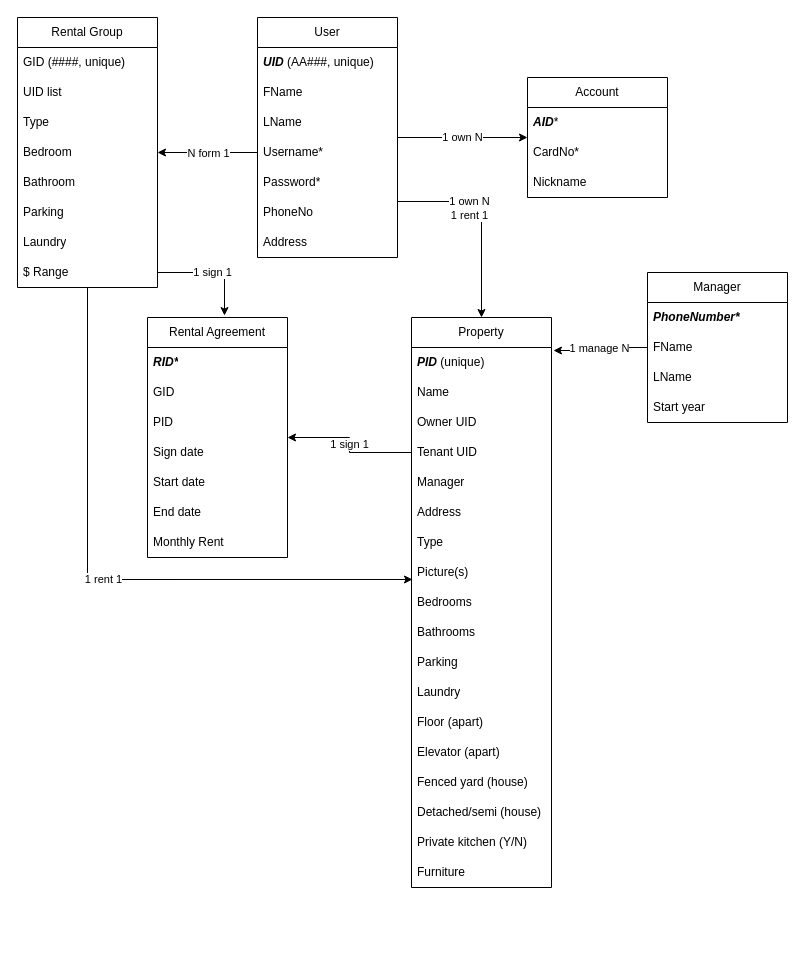
Before: ER diagram.drawio in sean-y-liang/City-Housing-Platform, a draw.io diagram. Source tidied: cells renumbered, new cells numbered last; positions are measured from the earlier drawing's top-left corner, leaving out a move shared by most shapes. Both pictures are drawn from the tidied source at 100%, with x=0, y=0 at pixel (17, 17).
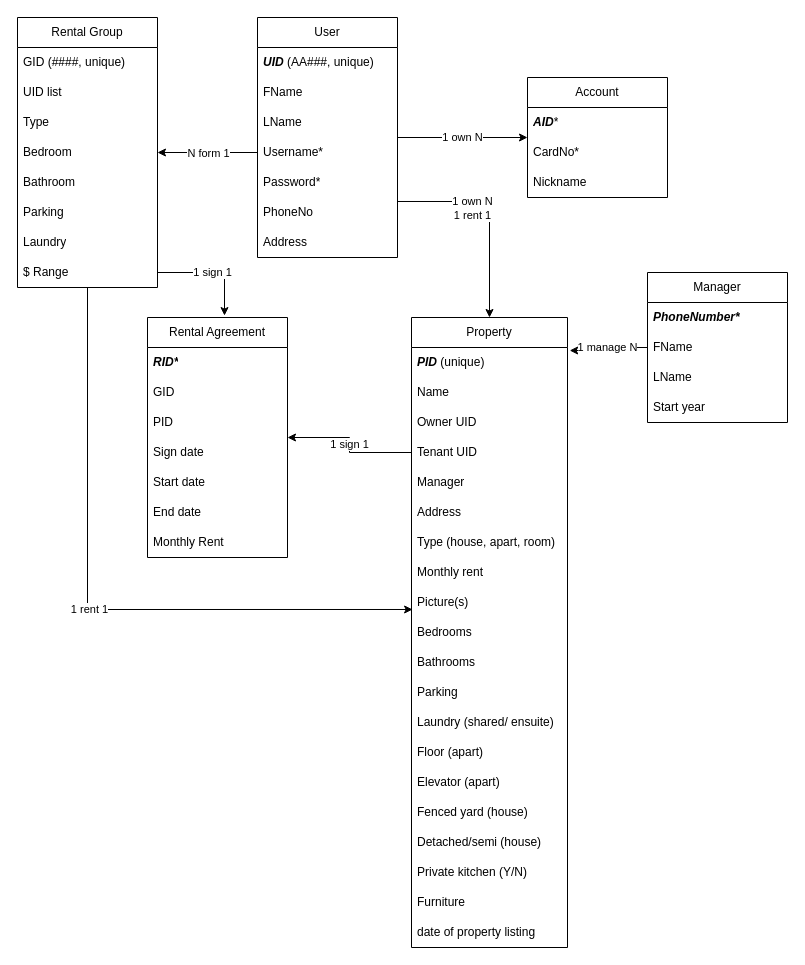
Above is the later version.

Change to the diagram source:
```diff
@@
     <mxCell id="17" value="Property" style="swimlane;fontStyle=0;horizontal=1;startSize=30;whiteSpace=wrap;html=1;" parent="1" vertex="1">
-      <mxGeometry x="394" y="300" width="140" height="570" as="geometry" />
+      <mxGeometry x="394" y="300" width="156" height="630" as="geometry" />
     </mxCell>
     <mxCell id="18" value="&lt;b&gt;&lt;i&gt;PID&lt;/i&gt;&lt;/b&gt; (unique)" style="text;strokeColor=none;fillColor=none;align=left;verticalAlign=middle;spacingLeft=4;spacingRight=4;overflow=hidden;points=[[0,0.5],[1,0.5]];portConstraint=eastwest;whiteSpace=wrap;html=1;" parent="17" vertex="1">
-      <mxGeometry y="30" width="140" height="30" as="geometry" />
+      <mxGeometry y="30" width="156" height="30" as="geometry" />
     </mxCell>
     <mxCell id="19" value="Name" style="text;strokeColor=none;fillColor=none;align=left;verticalAlign=middle;spacingLeft=4;spacingRight=4;overflow=hidden;whiteSpace=wrap;html=1;" parent="17" vertex="1">
-      <mxGeometry y="60" width="140" height="30" as="geometry" />
+      <mxGeometry y="60" width="156" height="30" as="geometry" />
     </mxCell>
     <mxCell id="20" value="Owner UID" style="text;strokeColor=none;fillColor=none;align=left;verticalAlign=middle;spacingLeft=4;spacingRight=4;overflow=hidden;whiteSpace=wrap;html=1;" parent="17" vertex="1">
-      <mxGeometry y="90" width="140" height="30" as="geometry" />
+      <mxGeometry y="90" width="156" height="30" as="geometry" />
     </mxCell>
     <mxCell id="21" value="Tenant UID" style="text;strokeColor=none;fillColor=none;align=left;verticalAlign=middle;spacingLeft=4;spacingRight=4;overflow=hidden;points=[[0,0.5],[1,0.5]];portConstraint=eastwest;whiteSpace=wrap;html=1;" parent="17" vertex="1">
-      <mxGeometry y="120" width="140" height="30" as="geometry" />
+      <mxGeometry y="120" width="156" height="30" as="geometry" />
     </mxCell>
     <mxCell id="22" value="Manager" style="text;strokeColor=none;fillColor=none;align=left;verticalAlign=middle;spacingLeft=4;spacingRight=4;overflow=hidden;whiteSpace=wrap;html=1;" parent="17" vertex="1">
-      <mxGeometry y="150" width="140" height="30" as="geometry" />
+      <mxGeometry y="150" width="156" height="30" as="geometry" />
     </mxCell>
     <mxCell id="23" value="Address" style="text;strokeColor=none;fillColor=none;align=left;verticalAlign=middle;spacingLeft=4;spacingRight=4;overflow=hidden;whiteSpace=wrap;html=1;" parent="17" vertex="1">
-      <mxGeometry y="180" width="140" height="30" as="geometry" />
+      <mxGeometry y="180" width="156" height="30" as="geometry" />
     </mxCell>
-    <mxCell id="24" value="Type" style="text;strokeColor=none;fillColor=none;align=left;verticalAlign=middle;spacingLeft=4;spacingRight=4;overflow=hidden;whiteSpace=wrap;html=1;" parent="17" vertex="1">
-      <mxGeometry y="210" width="140" height="30" as="geometry" />
+    <mxCell id="24" value="Type (house, apart, room)" style="text;strokeColor=none;fillColor=none;align=left;verticalAlign=middle;spacingLeft=4;spacingRight=4;overflow=hidden;whiteSpace=wrap;html=1;" parent="17" vertex="1">
+      <mxGeometry y="210" width="156" height="30" as="geometry" />
     </mxCell>
+    <mxCell id="64" value="Monthly rent" style="text;strokeColor=none;fillColor=none;align=left;verticalAlign=middle;spacingLeft=4;spacingRight=4;overflow=hidden;whiteSpace=wrap;html=1;" parent="17" vertex="1">
+      <mxGeometry y="240" width="156" height="30" as="geometry" />
+    </mxCell>
     <mxCell id="25" value="Picture(s)" style="text;strokeColor=none;fillColor=none;align=left;verticalAlign=middle;spacingLeft=4;spacingRight=4;overflow=hidden;points=[[0,0.5],[1,0.5]];portConstraint=eastwest;whiteSpace=wrap;html=1;" parent="17" vertex="1">
-      <mxGeometry y="240" width="140" height="30" as="geometry" />
+      <mxGeometry y="270" width="156" height="30" as="geometry" />
     </mxCell>
     <mxCell id="26" value="Bedrooms" style="text;strokeColor=none;fillColor=none;align=left;verticalAlign=middle;spacingLeft=4;spacingRight=4;overflow=hidden;whiteSpace=wrap;html=1;" parent="17" vertex="1">
-      <mxGeometry y="270" width="140" height="30" as="geometry" />
+      <mxGeometry y="300" width="156" height="30" as="geometry" />
     </mxCell>
     <mxCell id="27" value="Bathrooms" style="text;strokeColor=none;fillColor=none;align=left;verticalAlign=middle;spacingLeft=4;spacingRight=4;overflow=hidden;whiteSpace=wrap;html=1;" parent="17" vertex="1">
-      <mxGeometry y="300" width="140" height="30" as="geometry" />
+      <mxGeometry y="330" width="156" height="30" as="geometry" />
     </mxCell>
     <mxCell id="28" value="Parking" style="text;strokeColor=none;fillColor=none;align=left;verticalAlign=middle;spacingLeft=4;spacingRight=4;overflow=hidden;whiteSpace=wrap;html=1;" parent="17" vertex="1">
-      <mxGeometry y="330" width="140" height="30" as="geometry" />
+      <mxGeometry y="360" width="156" height="30" as="geometry" />
     </mxCell>
-    <mxCell id="29" value="Laundry" style="text;strokeColor=none;fillColor=none;align=left;verticalAlign=middle;spacingLeft=4;spacingRight=4;overflow=hidden;whiteSpace=wrap;html=1;" parent="17" vertex="1">
-      <mxGeometry y="360" width="140" height="30" as="geometry" />
+    <mxCell id="29" value="Laundry (shared/ ensuite)" style="text;strokeColor=none;fillColor=none;align=left;verticalAlign=middle;spacingLeft=4;spacingRight=4;overflow=hidden;whiteSpace=wrap;html=1;" parent="17" vertex="1">
+      <mxGeometry y="390" width="156" height="30" as="geometry" />
     </mxCell>
     <mxCell id="30" value="Floor (apart)" style="text;strokeColor=none;fillColor=none;align=left;verticalAlign=middle;spacingLeft=4;spacingRight=4;overflow=hidden;whiteSpace=wrap;html=1;" parent="17" vertex="1">
-      <mxGeometry y="390" width="140" height="30" as="geometry" />
+      <mxGeometry y="420" width="156" height="30" as="geometry" />
     </mxCell>
     <mxCell id="31" value="Elevator (apart)" style="text;strokeColor=none;fillColor=none;align=left;verticalAlign=middle;spacingLeft=4;spacingRight=4;overflow=hidden;whiteSpace=wrap;html=1;" parent="17" vertex="1">
-      <mxGeometry y="420" width="140" height="30" as="geometry" />
+      <mxGeometry y="450" width="156" height="30" as="geometry" />
     </mxCell>
     <mxCell id="32" value="Fenced yard (house)" style="text;strokeColor=none;fillColor=none;align=left;verticalAlign=middle;spacingLeft=4;spacingRight=4;overflow=hidden;whiteSpace=wrap;html=1;" parent="17" vertex="1">
-      <mxGeometry y="450" width="140" height="30" as="geometry" />
+      <mxGeometry y="480" width="156" height="30" as="geometry" />
     </mxCell>
     <mxCell id="33" value="Detached/semi (house)" style="text;strokeColor=none;fillColor=none;align=left;verticalAlign=middle;spacingLeft=4;spacingRight=4;overflow=hidden;whiteSpace=wrap;html=1;" parent="17" vertex="1">
-      <mxGeometry y="480" width="140" height="30" as="geometry" />
+      <mxGeometry y="510" width="156" height="30" as="geometry" />
     </mxCell>
     <mxCell id="34" value="Private kitchen (Y/N)" style="text;strokeColor=none;fillColor=none;align=left;verticalAlign=middle;spacingLeft=4;spacingRight=4;overflow=hidden;whiteSpace=wrap;html=1;" parent="17" vertex="1">
-      <mxGeometry y="510" width="140" height="30" as="geometry" />
+      <mxGeometry y="540" width="156" height="30" as="geometry" />
     </mxCell>
     <mxCell id="35" value="Furniture" style="text;strokeColor=none;fillColor=none;align=left;verticalAlign=middle;spacingLeft=4;spacingRight=4;overflow=hidden;whiteSpace=wrap;html=1;" parent="17" vertex="1">
-      <mxGeometry y="540" width="140" height="30" as="geometry" />
+      <mxGeometry y="570" width="156" height="30" as="geometry" />
     </mxCell>
+    <mxCell id="65" value="date of property listing" style="text;strokeColor=none;fillColor=none;align=left;verticalAlign=middle;spacingLeft=4;spacingRight=4;overflow=hidden;whiteSpace=wrap;html=1;" parent="17" vertex="1">
+      <mxGeometry y="600" width="156" height="30" as="geometry" />
+    </mxCell>
```
